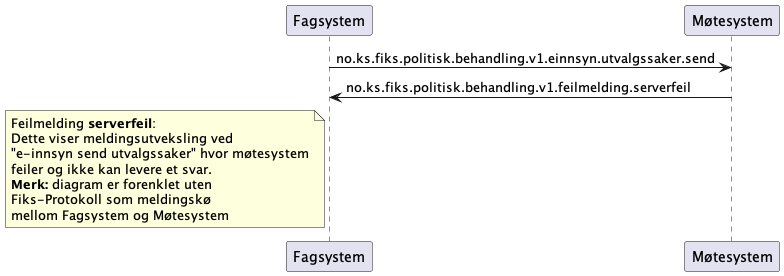
Before: Dokumentasjon/V1/meldingsutveksling/einnsyn-utvalgssaker-send/sekvensdiagram/sekvensdiagram-einnsyn-utvalgssaker-send-serverfeil.png, a diagram exported from PlantUML (ks-no/fiks-politisk-behandling-specification).
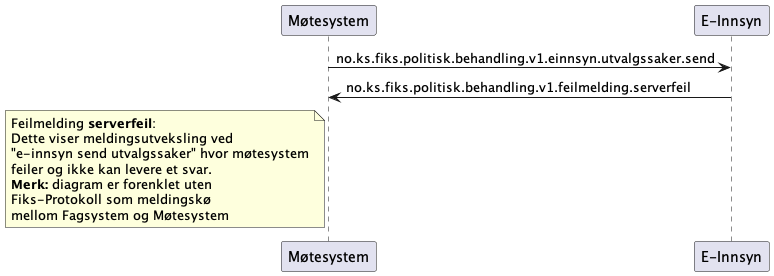
The same diagram one commit later.

Change to the diagram source:
```diff
@@ -1,11 +1,11 @@
 @startuml
-participant Fagsystem as "Fagsystem"
 participant Møtesystem as "Møtesystem"
+participant EInnsyn as "E-Innsyn"
 
-Fagsystem -> Møtesystem : no.ks.fiks.politisk.behandling.v1.einnsyn.utvalgssaker.send
-Fagsystem <- Møtesystem : no.ks.fiks.politisk.behandling.v1.feilmelding.serverfeil
+Møtesystem -> EInnsyn : no.ks.fiks.politisk.behandling.v1.einnsyn.utvalgssaker.send
+Møtesystem <- EInnsyn : no.ks.fiks.politisk.behandling.v1.feilmelding.serverfeil
 
-note left of Fagsystem
+note left of Møtesystem
 Feilmelding **serverfeil**:
 Dette viser meldingsutveksling ved
 "e-innsyn send utvalgssaker" hvor møtesystem
```
